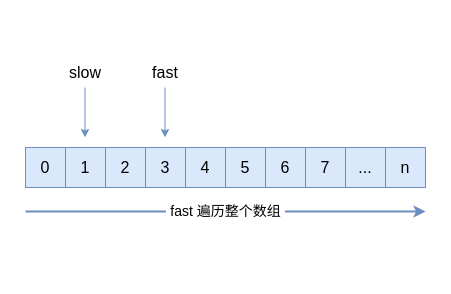
XuShaohua/TheAlgorithms keeps this draw.io diagram as src/two-pointers/assets/fast-slow.drawio. Above is the earlier version. Source tidied: cells renumbered, new cells numbered last; positions are measured from the earlier drawing's top-left corner, leaving out a move shared by most shapes. Both pictures are drawn from the tidied source at 100%, with x=0, y=0 at pixel (25, 57).
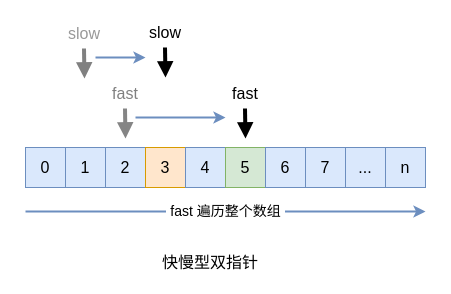
The same diagram, later.

Commit message (it also covers changes not shown here):
two-pointers: Update fast-slow pointer

Diff of the diagram source:
```diff
@@
-    <mxCell id="2" style="endArrow=classic;html=1;rounded=1;shadow=0;strokeColor=#6c8ebf;strokeWidth=1;fontFamily=Ubuntu;fontSize=14;fontStyle=0;fillColor=#dae8fc;" parent="1" edge="1">
-      <mxGeometry relative="1" as="geometry">
-        <mxPoint x="59.5" y="30" as="sourcePoint" />
-        <mxPoint x="59.5" y="80" as="targetPoint" />
-      </mxGeometry>
-    </mxCell>
@@
-    <mxCell id="6" value="3" style="rounded=0;whiteSpace=wrap;html=1;shadow=0;strokeColor=#6c8ebf;strokeWidth=1;fontFamily=Ubuntu;fontSize=16;fontStyle=0;fillColor=#dae8fc;" parent="1" vertex="1">
+    <mxCell id="6" value="3" style="rounded=0;whiteSpace=wrap;html=1;shadow=0;strokeColor=#d79b00;strokeWidth=1;fontFamily=Ubuntu;fontSize=16;fontStyle=0;fillColor=#ffe6cc;" parent="1" vertex="1">
       <mxGeometry x="120" y="90" width="40" height="40" as="geometry" />
     </mxCell>
@@
-    <mxCell id="8" value="5" style="rounded=0;whiteSpace=wrap;html=1;shadow=0;strokeColor=#6c8ebf;strokeWidth=1;fontFamily=Ubuntu;fontSize=16;fontStyle=0;fillColor=#dae8fc;" parent="1" vertex="1">
+    <mxCell id="8" value="5" style="rounded=0;whiteSpace=wrap;html=1;shadow=0;strokeColor=#82b366;strokeWidth=1;fontFamily=Ubuntu;fontSize=16;fontStyle=0;fillColor=#d5e8d4;" parent="1" vertex="1">
       <mxGeometry x="200" y="90" width="40" height="40" as="geometry" />
     </mxCell>
@@
     <mxCell id="13" value="slow" style="text;html=1;align=center;verticalAlign=middle;whiteSpace=wrap;rounded=0;fontFamily=Ubuntu;fontSize=16;fontStyle=0;" parent="1" vertex="1">
-      <mxGeometry x="30" width="60" height="30" as="geometry" />
+      <mxGeometry x="110" y="-40" width="60" height="30" as="geometry" />
     </mxCell>
+    <mxCell id="15" value="&amp;nbsp;fast 遍历整个数组&amp;nbsp;" style="endArrow=classic;html=1;rounded=1;shadow=0;strokeColor=#6c8ebf;strokeWidth=2;fontFamily=Ubuntu;fontSize=14;fontStyle=0;fillColor=#dae8fc;" parent="1" edge="1">
+      <mxGeometry relative="1" as="geometry">
+        <mxPoint y="154" as="sourcePoint" />
+        <mxPoint x="400" y="154" as="targetPoint" />
+      </mxGeometry>
+    </mxCell>
+    <mxCell id="17" style="endArrow=block;html=1;rounded=1;shadow=0;strokeColor=#000000;strokeWidth=4;fontFamily=Ubuntu;fontSize=14;fontStyle=0;fillColor=#dae8fc;endFill=1;" parent="1" edge="1">
+      <mxGeometry relative="1" as="geometry">
+        <mxPoint x="139.5" y="-10" as="sourcePoint" />
+        <mxPoint x="140" y="20" as="targetPoint" />
+      </mxGeometry>
+    </mxCell>
+    <mxCell id="18" style="group;" parent="1" vertex="1">
+      <mxGeometry x="190" y="21" width="60" height="60" as="geometry" />
+    </mxCell>
-    <mxCell id="14" value="fast" style="text;html=1;align=center;verticalAlign=middle;whiteSpace=wrap;rounded=0;fontFamily=Ubuntu;fontSize=16;fontStyle=0;" parent="1" vertex="1">
-      <mxGeometry x="110" width="60" height="30" as="geometry" />
+    <mxCell id="14" value="fast" style="text;html=1;align=center;verticalAlign=middle;whiteSpace=wrap;rounded=0;fontFamily=Ubuntu;fontSize=16;fontStyle=0;" parent="18" vertex="1">
+      <mxGeometry width="60" height="30" as="geometry" />
     </mxCell>
-    <mxCell id="15" value="&amp;nbsp;fast 遍历整个数组&amp;nbsp;" style="endArrow=classic;html=1;rounded=1;shadow=0;strokeColor=#6c8ebf;strokeWidth=2;fontFamily=Ubuntu;fontSize=14;fontStyle=0;fillColor=#dae8fc;" parent="1" edge="1">
-      <mxGeometry relative="1" as="geometry">
-        <mxPoint y="154" as="sourcePoint" />
-        <mxPoint x="400" y="154" as="targetPoint" />
-      </mxGeometry>
-    </mxCell>
-    <mxCell id="16" style="endArrow=classic;html=1;rounded=1;shadow=0;strokeColor=#6c8ebf;strokeWidth=1;fontFamily=Ubuntu;fontSize=14;fontStyle=0;fillColor=#dae8fc;" parent="1" edge="1">
+    <mxCell id="16" style="endArrow=block;html=1;rounded=1;shadow=0;strokeColor=#000000;strokeWidth=4;fontFamily=Ubuntu;fontSize=14;fontStyle=0;fillColor=#dae8fc;endFill=1;" parent="18" edge="1">
       <mxGeometry relative="1" as="geometry">
-        <mxPoint x="139.5" y="30" as="sourcePoint" />
-        <mxPoint x="139.5" y="80" as="targetPoint" />
+        <mxPoint x="29.5" y="30" as="sourcePoint" />
+        <mxPoint x="30" y="60" as="targetPoint" />
       </mxGeometry>
     </mxCell>
+    <mxCell id="19" style="endArrow=classic;html=1;rounded=1;shadow=0;strokeColor=#6c8ebf;strokeWidth=2;fontFamily=Ubuntu;fontSize=14;fontStyle=0;fillColor=#dae8fc;" parent="1" edge="1">
+      <mxGeometry relative="1" as="geometry">
+        <mxPoint x="110" y="60" as="sourcePoint" />
+        <mxPoint x="200" y="60" as="targetPoint" />
+      </mxGeometry>
+    </mxCell>
+    <mxCell id="20" style="endArrow=classic;html=1;rounded=1;shadow=0;strokeColor=#6c8ebf;strokeWidth=2;fontFamily=Ubuntu;fontSize=14;fontStyle=0;fillColor=#dae8fc;" parent="1" edge="1">
+      <mxGeometry relative="1" as="geometry">
+        <mxPoint x="70" as="sourcePoint" />
+        <mxPoint x="120" as="targetPoint" />
+      </mxGeometry>
+    </mxCell>
+    <mxCell id="21" value="fast" style="text;html=1;align=center;verticalAlign=middle;whiteSpace=wrap;rounded=0;fontFamily=Ubuntu;fontSize=16;fontStyle=0;opacity=40;fontColor=#808080;" parent="1" vertex="1">
+      <mxGeometry x="70" y="21" width="60" height="30" as="geometry" />
+    </mxCell>
+    <mxCell id="22" style="endArrow=block;html=1;rounded=1;shadow=0;strokeColor=#858585;strokeWidth=4;fontFamily=Ubuntu;fontSize=14;fontStyle=0;fillColor=#dae8fc;endFill=1;" parent="1" edge="1">
+      <mxGeometry relative="1" as="geometry">
+        <mxPoint x="99.5" y="51" as="sourcePoint" />
+        <mxPoint x="100" y="81" as="targetPoint" />
+      </mxGeometry>
+    </mxCell>
+    <mxCell id="23" value="slow" style="text;html=1;align=center;verticalAlign=middle;whiteSpace=wrap;rounded=0;fontFamily=Ubuntu;fontSize=16;fontStyle=0;fontColor=#999999;" parent="1" vertex="1">
+      <mxGeometry x="29" y="-39" width="60" height="30" as="geometry" />
+    </mxCell>
+    <mxCell id="24" style="endArrow=block;html=1;rounded=1;shadow=0;strokeColor=#808080;strokeWidth=4;fontFamily=Ubuntu;fontSize=14;fontStyle=0;fillColor=#dae8fc;endFill=1;" parent="1" edge="1">
+      <mxGeometry relative="1" as="geometry">
+        <mxPoint x="58.5" y="-9" as="sourcePoint" />
+        <mxPoint x="59" y="21" as="targetPoint" />
+      </mxGeometry>
+    </mxCell>
+    <mxCell id="25" value="快慢型双指针" style="text;html=1;align=center;verticalAlign=middle;whiteSpace=wrap;rounded=0;fontFamily=Ubuntu;fontSize=16;fontStyle=0;" parent="1" vertex="1">
+      <mxGeometry x="125" y="190" width="120" height="30" as="geometry" />
+    </mxCell>
```
